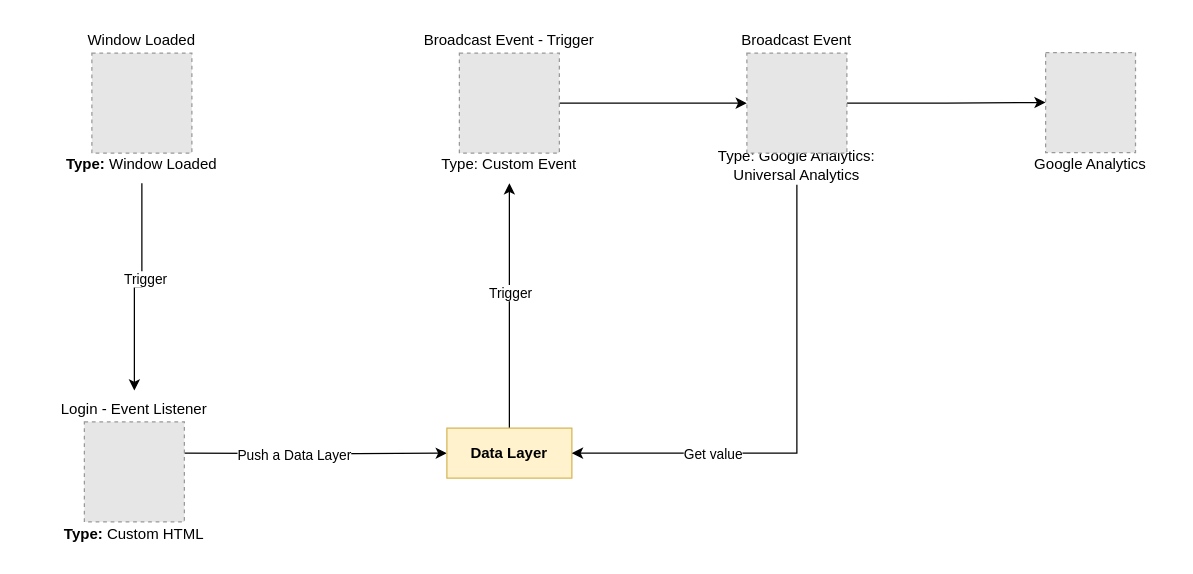
tranvandong196/test keeps this draw.io diagram as Google Tag Manager - Digram.drawio. Above is the earlier version. Source tidied: cells renumbered, new cells numbered last; positions are measured from the earlier drawing's top-left corner, leaving out a move shared by most shapes. Both pictures are drawn from the tidied source at 125%, with x=0, y=0 at pixel (21, 21). Pictures stored in the file or linked from it are replaced by grey dashed boxes.
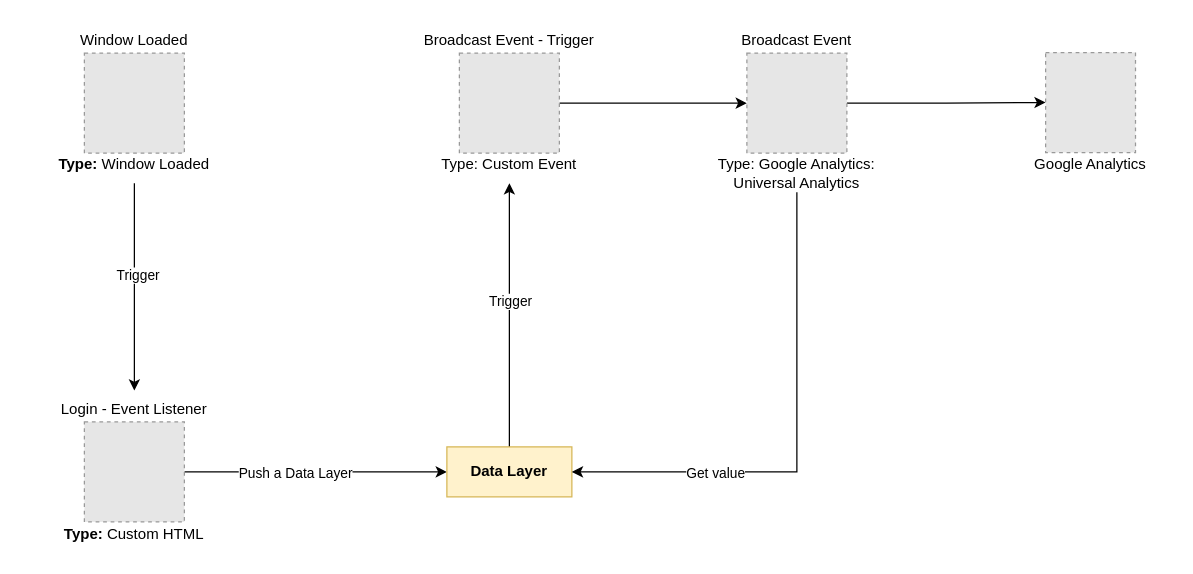
The same diagram, later.

Unchanged cells that the change refers to:
```xml
<mxCell id="15" style="fillColor=#E6E6E6;strokeColor=#999999;dashed=1;verticalLabelPosition=bottom;verticalAlign=top;labelBackgroundColor=none;fontColor=#000000;" parent="1" vertex="1">
  <mxGeometry x="50" y="320" width="80" height="80" as="geometry" />
</mxCell>
<mxCell id="24" style="group;" parent="1" vertex="1">
  <mxGeometry x="530" width="180" height="130.2" as="geometry" />
</mxCell>
```

Diff of the diagram source:
```diff
@@
-    <mxCell id="2" style="edgeStyle=orthogonalEdgeStyle;rounded=0;jettySize=auto;html=1;exitX=1;exitY=0.5;exitDx=0;exitDy=0;entryX=0;entryY=0.5;entryDx=0;entryDy=0;fontColor=#0000CC;" parent="1" edge="1" target="6">
-      <mxGeometry relative="1" as="geometry">
-        <mxPoint x="130" y="345" as="sourcePoint" />
-      </mxGeometry>
+    <mxCell id="2" style="edgeStyle=orthogonalEdgeStyle;rounded=0;jettySize=auto;html=1;exitX=1;exitY=0.5;exitDx=0;exitDy=0;entryX=0;entryY=0.5;entryDx=0;entryDy=0;fontColor=#0000CC;" parent="1" edge="1" source="15" target="6">
+      <mxGeometry relative="1" as="geometry" />
     </mxCell>
     <mxCell id="3" value="Push a Data Layer" style="edgeLabel;html=1;align=center;verticalAlign=middle;fontColor=#000000;" parent="2" vertex="1">
-      <mxGeometry x="-0.16" y="-1" relative="1" as="geometry" />
+      <mxGeometry x="-0.16" y="-1" relative="1" as="geometry">
+        <mxPoint y="-1" as="offset" />
+      </mxGeometry>
     </mxCell>
@@
     <mxCell id="6" value="&lt;b&gt;Data Layer&lt;/b&gt;" style="whiteSpace=wrap;html=1;align=center;sketch=0;strokeColor=#d6b656;fillColor=#fff2cc;labelBackgroundColor=none;" parent="1" vertex="1">
-      <mxGeometry x="340" y="325" width="100" height="40" as="geometry" />
+      <mxGeometry x="340" y="340" width="100" height="40" as="geometry" />
     </mxCell>
@@
     <mxCell id="16" style="group;" parent="1" vertex="1">
-      <mxGeometry x="11" width="170" height="129" as="geometry" />
+      <mxGeometry x="5" width="170" height="129" as="geometry" />
     </mxCell>
@@
     <mxCell id="25" value="Type: Google Analytics: Universal Analytics" style="text;html=1;strokeColor=none;fillColor=none;align=center;verticalAlign=middle;whiteSpace=wrap;rounded=0;sketch=1;" parent="24" vertex="1">
-      <mxGeometry y="100.2" width="180" height="30" as="geometry" />
+      <mxGeometry y="106.2" width="180" height="30" as="geometry" />
     </mxCell>
```
